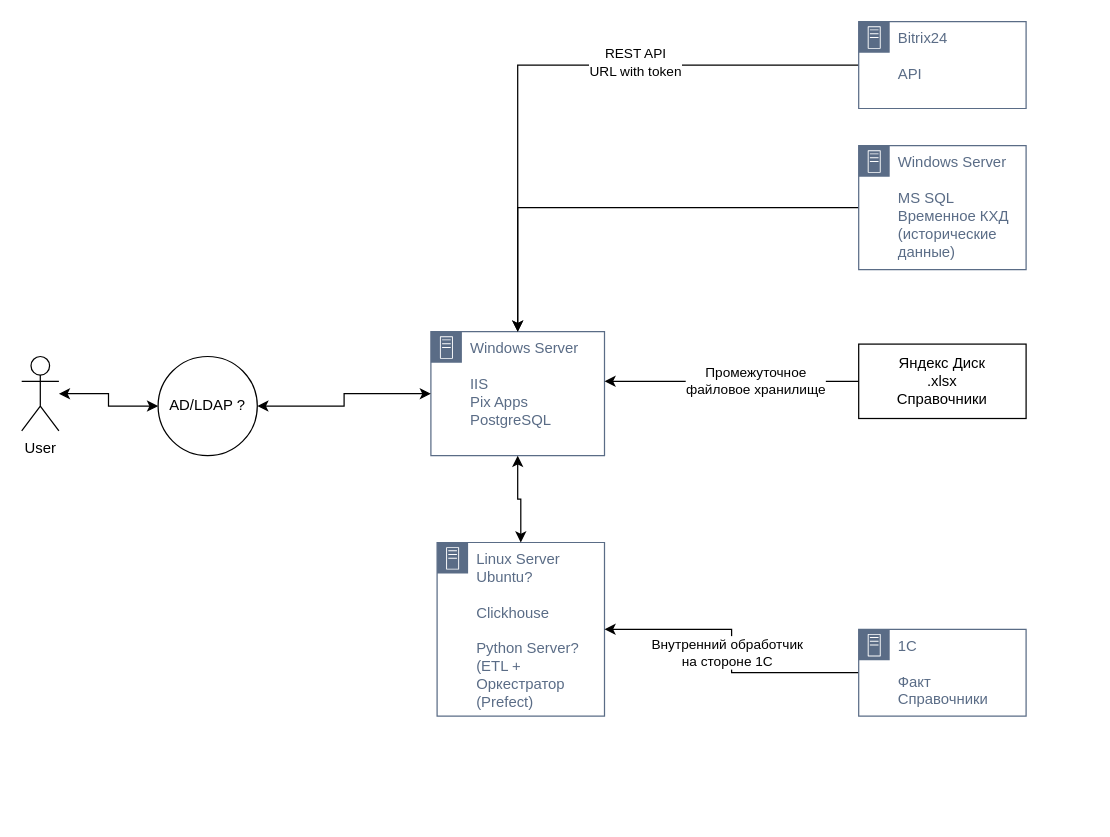
Before: BIScheme.drawio in sQyOs/DrawIO, a draw.io diagram. Source tidied: cells renumbered, new cells numbered last; positions are measured from the earlier drawing's top-left corner, leaving out a move shared by most shapes. Both pictures are drawn from the tidied source at 124%, with x=0, y=0 at pixel (21, 21).
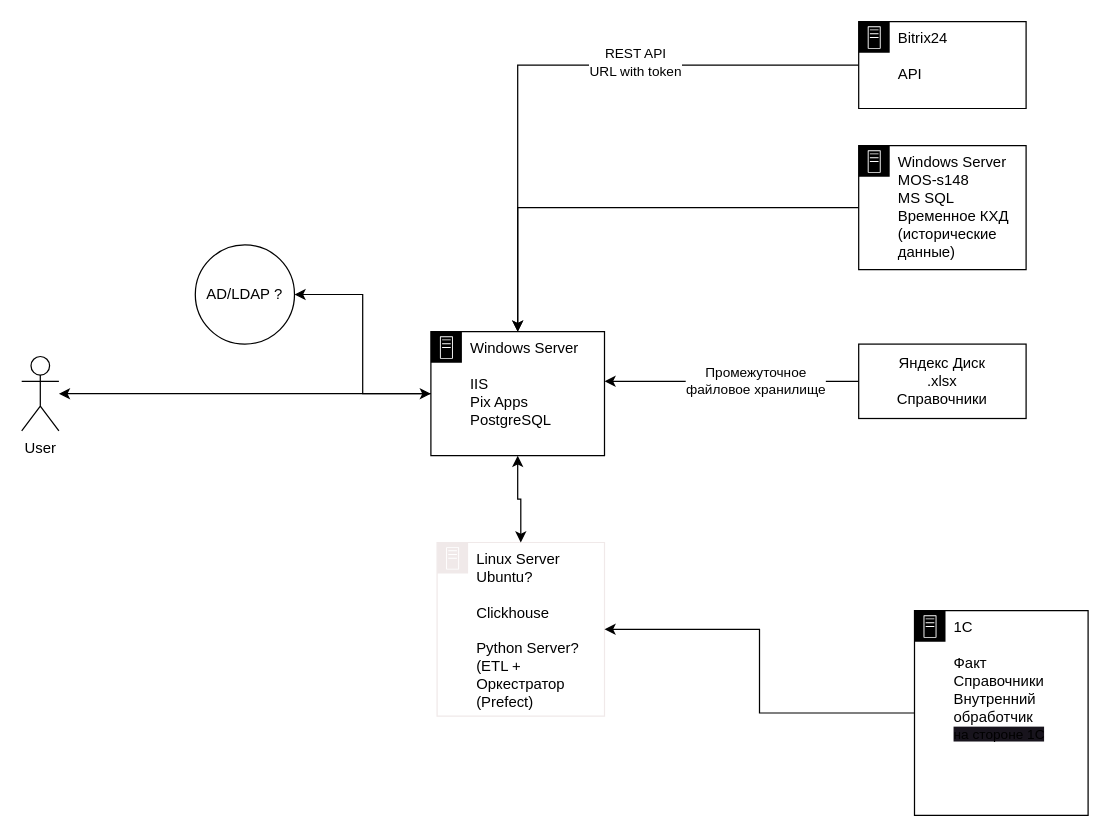
After the change.

Change to the diagram source:
```diff
@@
 <mxGraphModel>
   <root>
     <mxCell id="0" />
     <mxCell id="1" parent="0" />
-    <mxCell id="2" value="Linux Server&lt;br&gt;Ubuntu?&lt;br&gt;&lt;br&gt;Clickhouse&lt;br&gt;&lt;br&gt;Python Server?&lt;br&gt;(ETL +&lt;br&gt;Оркестратор (Prefect)" style="points=[[0,0],[0.25,0],[0.5,0],[0.75,0],[1,0],[1,0.25],[1,0.5],[1,0.75],[1,1],[0.75,1],[0.5,1],[0.25,1],[0,1],[0,0.75],[0,0.5],[0,0.25]];outlineConnect=0;gradientColor=none;html=1;whiteSpace=wrap;fontSize=12;fontStyle=0;shape=mxgraph.aws4.group;grIcon=mxgraph.aws4.group_on_premise;strokeColor=#5A6C86;fillColor=none;verticalAlign=top;align=left;spacingLeft=30;fontColor=#5A6C86;dashed=0;" parent="1" vertex="1">
+    <mxCell id="2" value="Linux Server&lt;br&gt;Ubuntu?&lt;br&gt;&lt;br&gt;Clickhouse&lt;br&gt;&lt;br&gt;Python Server?&lt;br&gt;(ETL +&lt;br&gt;Оркестратор (Prefect)" style="points=[[0,0],[0.25,0],[0.5,0],[0.75,0],[1,0],[1,0.25],[1,0.5],[1,0.75],[1,1],[0.75,1],[0.5,1],[0.25,1],[0,1],[0,0.75],[0,0.5],[0,0.25]];outlineConnect=0;html=1;whiteSpace=wrap;fontSize=12;fontStyle=0;shape=mxgraph.aws4.group;grIcon=mxgraph.aws4.group_on_premise;verticalAlign=top;align=left;spacingLeft=30;dashed=0;strokeColor=#F0E9E9;" parent="1" vertex="1">
       <mxGeometry x="335" y="420" width="135" height="140" as="geometry" />
     </mxCell>
+    <mxCell id="20" style="edgeStyle=orthogonalEdgeStyle;rounded=0;jettySize=auto;html=1;" parent="1" edge="1" source="3" target="4">
+      <mxGeometry relative="1" as="geometry" />
+    </mxCell>
-    <mxCell id="3" value="Windows Server&lt;br&gt;&lt;br&gt;IIS&lt;br&gt;Pix Apps&lt;br&gt;PostgreSQL" style="points=[[0,0],[0.25,0],[0.5,0],[0.75,0],[1,0],[1,0.25],[1,0.5],[1,0.75],[1,1],[0.75,1],[0.5,1],[0.25,1],[0,1],[0,0.75],[0,0.5],[0,0.25]];outlineConnect=0;gradientColor=none;html=1;whiteSpace=wrap;fontSize=12;fontStyle=0;shape=mxgraph.aws4.group;grIcon=mxgraph.aws4.group_on_premise;strokeColor=#5A6C86;fillColor=none;verticalAlign=top;align=left;spacingLeft=30;fontColor=#5A6C86;dashed=0;" parent="1" vertex="1">
+    <mxCell id="3" value="Windows Server&lt;br&gt;&lt;br&gt;IIS&lt;br&gt;Pix Apps&lt;br&gt;PostgreSQL" style="points=[[0,0],[0.25,0],[0.5,0],[0.75,0],[1,0],[1,0.25],[1,0.5],[1,0.75],[1,1],[0.75,1],[0.5,1],[0.25,1],[0,1],[0,0.75],[0,0.5],[0,0.25]];outlineConnect=0;html=1;whiteSpace=wrap;fontSize=12;fontStyle=0;shape=mxgraph.aws4.group;grIcon=mxgraph.aws4.group_on_premise;verticalAlign=top;align=left;spacingLeft=30;dashed=0;" parent="1" vertex="1">
       <mxGeometry x="330" y="250" width="140" height="100" as="geometry" />
     </mxCell>
     <mxCell id="4" value="User" style="shape=umlActor;verticalLabelPosition=bottom;verticalAlign=top;html=1;outlineConnect=0;" parent="1" vertex="1">
       <mxGeometry y="270" width="30" height="60" as="geometry" />
     </mxCell>
     <mxCell id="5" value="AD/LDAP ?" style="ellipse;whiteSpace=wrap;html=1;" parent="1" vertex="1">
-      <mxGeometry x="110" y="270" width="80" height="80" as="geometry" />
+      <mxGeometry x="140" y="180" width="80" height="80" as="geometry" />
     </mxCell>
-    <mxCell id="6" style="endArrow=classic;startArrow=classic;html=1;rounded=0;edgeStyle=orthogonalEdgeStyle;" parent="1" edge="1" source="4" target="5">
-      <mxGeometry relative="1" as="geometry" />
-    </mxCell>
     <mxCell id="7" style="endArrow=classic;startArrow=classic;html=1;rounded=0;edgeStyle=orthogonalEdgeStyle;" parent="1" edge="1" source="5" target="3">
       <mxGeometry relative="1" as="geometry" />
     </mxCell>
     <mxCell id="8" style="endArrow=classic;startArrow=classic;html=1;rounded=0;edgeStyle=orthogonalEdgeStyle;" parent="1" edge="1" source="3" target="2">
       <mxGeometry relative="1" as="geometry" />
     </mxCell>
     <mxCell id="9" style="edgeStyle=orthogonalEdgeStyle;rounded=0;jettySize=auto;html=1;" parent="1" edge="1" source="11" target="2">
       <mxGeometry relative="1" as="geometry" />
     </mxCell>
-    <mxCell id="10" value="Внутренний обработчик &lt;br&gt;на стороне 1С" style="edgeLabel;html=1;align=center;verticalAlign=middle;" parent="9" vertex="1">
-      <mxGeometry x="-0.01" y="4" relative="1" as="geometry" />
-    </mxCell>
-    <mxCell id="11" value="1C&lt;br&gt;&lt;br&gt;Факт&lt;br&gt;Справочники" style="points=[[0,0],[0.25,0],[0.5,0],[0.75,0],[1,0],[1,0.25],[1,0.5],[1,0.75],[1,1],[0.75,1],[0.5,1],[0.25,1],[0,1],[0,0.75],[0,0.5],[0,0.25]];outlineConnect=0;gradientColor=none;html=1;whiteSpace=wrap;fontSize=12;fontStyle=0;shape=mxgraph.aws4.group;grIcon=mxgraph.aws4.group_on_premise;strokeColor=#5A6C86;fillColor=none;verticalAlign=top;align=left;spacingLeft=30;fontColor=#5A6C86;dashed=0;" parent="1" vertex="1">
-      <mxGeometry x="675" y="490" width="135" height="70" as="geometry" />
+    <mxCell id="11" value="1C&lt;br&gt;&lt;br&gt;Факт&lt;br&gt;Справочники&lt;br&gt;Внутренний обработчик&lt;br style=&quot;font-size: 11px; text-align: center;&quot;&gt;&lt;span style=&quot;font-size: 11px; text-align: center; background-color: rgb(24, 20, 29);&quot;&gt;на стороне 1С&lt;/span&gt;" style="points=[[0,0],[0.25,0],[0.5,0],[0.75,0],[1,0],[1,0.25],[1,0.5],[1,0.75],[1,1],[0.75,1],[0.5,1],[0.25,1],[0,1],[0,0.75],[0,0.5],[0,0.25]];outlineConnect=0;html=1;whiteSpace=wrap;fontSize=12;fontStyle=0;shape=mxgraph.aws4.group;grIcon=mxgraph.aws4.group_on_premise;verticalAlign=top;align=left;spacingLeft=30;dashed=0;" parent="1" vertex="1">
+      <mxGeometry x="720" y="475" width="140" height="165" as="geometry" />
     </mxCell>
     <mxCell id="12" style="edgeStyle=orthogonalEdgeStyle;rounded=0;jettySize=auto;html=1;" parent="1" edge="1" source="13" target="3">
       <mxGeometry relative="1" as="geometry" />
     </mxCell>
-    <mxCell id="13" value="Windows Server&lt;br&gt;&lt;br&gt;MS SQL&lt;br&gt;Временное КХД (исторические данные)" style="points=[[0,0],[0.25,0],[0.5,0],[0.75,0],[1,0],[1,0.25],[1,0.5],[1,0.75],[1,1],[0.75,1],[0.5,1],[0.25,1],[0,1],[0,0.75],[0,0.5],[0,0.25]];outlineConnect=0;gradientColor=none;html=1;whiteSpace=wrap;fontSize=12;fontStyle=0;shape=mxgraph.aws4.group;grIcon=mxgraph.aws4.group_on_premise;strokeColor=#5A6C86;fillColor=none;verticalAlign=top;align=left;spacingLeft=30;fontColor=#5A6C86;dashed=0;" parent="1" vertex="1">
+    <mxCell id="13" value="Windows Server&lt;br&gt;MOS-s148&lt;br&gt;MS SQL&lt;br&gt;Временное КХД (исторические данные)" style="points=[[0,0],[0.25,0],[0.5,0],[0.75,0],[1,0],[1,0.25],[1,0.5],[1,0.75],[1,1],[0.75,1],[0.5,1],[0.25,1],[0,1],[0,0.75],[0,0.5],[0,0.25]];outlineConnect=0;html=1;whiteSpace=wrap;fontSize=12;fontStyle=0;shape=mxgraph.aws4.group;grIcon=mxgraph.aws4.group_on_premise;verticalAlign=top;align=left;spacingLeft=30;dashed=0;" parent="1" vertex="1">
       <mxGeometry x="675" y="100" width="135" height="100" as="geometry" />
     </mxCell>
     <mxCell id="14" style="edgeStyle=elbowEdgeStyle;rounded=0;jettySize=auto;html=1;elbow=vertical;" parent="1" edge="1" source="16" target="3">
       <mxGeometry relative="1" as="geometry" />
     </mxCell>
     <mxCell id="15" value="Промежуточное&lt;br&gt;файловое хранилище" style="edgeLabel;html=1;align=center;verticalAlign=middle;" parent="14" vertex="1">
       <mxGeometry x="-0.18" y="-1" relative="1" as="geometry" />
     </mxCell>
     <mxCell id="16" value="Яндекс Диск&lt;br&gt;.xlsx&lt;br&gt;Справочники" style="rounded=0;whiteSpace=wrap;html=1;" parent="1" vertex="1">
       <mxGeometry x="675" y="260" width="135" height="60" as="geometry" />
     </mxCell>
     <mxCell id="17" style="edgeStyle=orthogonalEdgeStyle;rounded=0;jettySize=auto;html=1;entryX=0.5;entryY=0;entryDx=0;entryDy=0;" parent="1" edge="1" source="19" target="3">
       <mxGeometry relative="1" as="geometry" />
     </mxCell>
     <mxCell id="18" value="REST API&lt;br&gt;URL with token" style="edgeLabel;html=1;align=center;verticalAlign=middle;" parent="17" vertex="1">
       <mxGeometry x="-0.26" y="-3" relative="1" as="geometry" />
     </mxCell>
-    <mxCell id="19" value="Bitrix24&lt;br&gt;&lt;br&gt;API" style="points=[[0,0],[0.25,0],[0.5,0],[0.75,0],[1,0],[1,0.25],[1,0.5],[1,0.75],[1,1],[0.75,1],[0.5,1],[0.25,1],[0,1],[0,0.75],[0,0.5],[0,0.25]];outlineConnect=0;gradientColor=none;html=1;whiteSpace=wrap;fontSize=12;fontStyle=0;shape=mxgraph.aws4.group;grIcon=mxgraph.aws4.group_on_premise;strokeColor=#5A6C86;fillColor=none;verticalAlign=top;align=left;spacingLeft=30;fontColor=#5A6C86;dashed=0;" parent="1" vertex="1">
+    <mxCell id="19" value="Bitrix24&lt;br&gt;&lt;br&gt;API" style="points=[[0,0],[0.25,0],[0.5,0],[0.75,0],[1,0],[1,0.25],[1,0.5],[1,0.75],[1,1],[0.75,1],[0.5,1],[0.25,1],[0,1],[0,0.75],[0,0.5],[0,0.25]];outlineConnect=0;html=1;whiteSpace=wrap;fontSize=12;fontStyle=0;shape=mxgraph.aws4.group;grIcon=mxgraph.aws4.group_on_premise;verticalAlign=top;align=left;spacingLeft=30;dashed=0;" parent="1" vertex="1">
       <mxGeometry x="675" width="135" height="70" as="geometry" />
     </mxCell>
   </root>
 </mxGraphModel>
```
